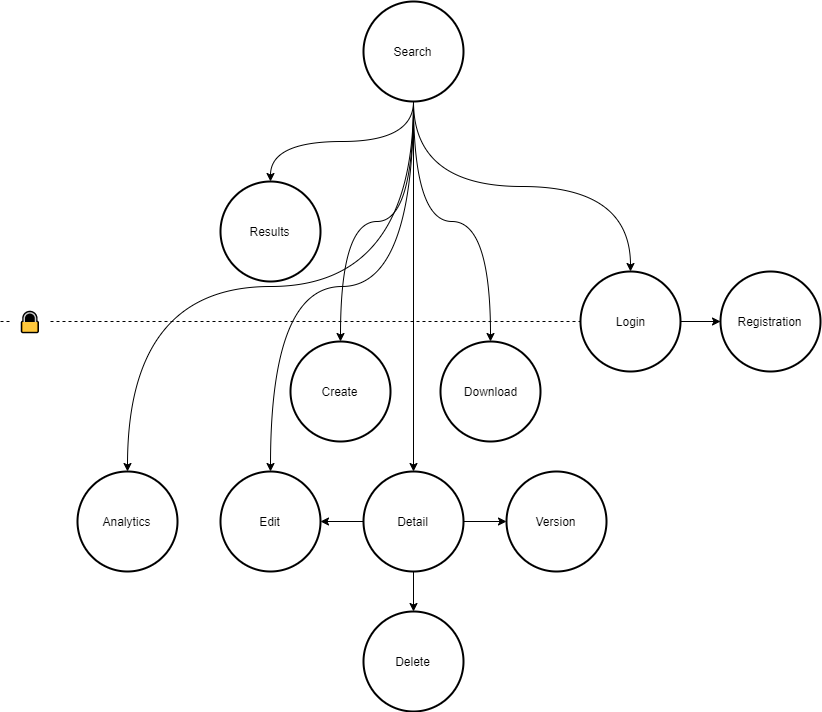
This is src/ui_flow.png from Skadisson/phoenix, a draw.io export, as it was before one commit. Source tidied: cells renumbered, new cells last; positions are measured from the earlier drawing's top-left corner, leaving out a move shared by most shapes.
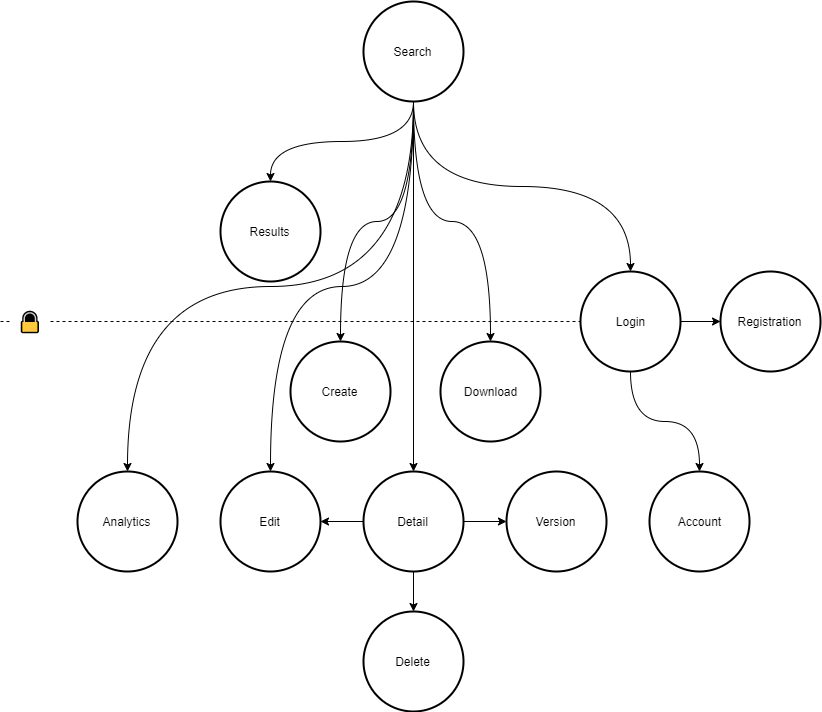
The same diagram one commit later.

What changed in the source:
```diff
@@ -36,6 +36,9 @@
     <mxCell id="11" style="edgeStyle=orthogonalEdgeStyle;rounded=0;jettySize=auto;html=1;entryX=0.5;entryY=0;entryDx=0;entryDy=0;entryPerimeter=0;curved=1;exitX=0.5;exitY=1;exitDx=0;exitDy=0;exitPerimeter=0;" parent="1" edge="1" source="10" target="27">
       <mxGeometry relative="1" as="geometry" />
     </mxCell>
+    <mxCell id="28" style="edgeStyle=orthogonalEdgeStyle;curved=1;rounded=0;jettySize=auto;html=1;entryX=0.5;entryY=0;entryDx=0;entryDy=0;entryPerimeter=0;" parent="1" edge="1" source="12" target="29">
+      <mxGeometry relative="1" as="geometry" />
+    </mxCell>
     <mxCell id="12" value="Login" style="strokeWidth=2;html=1;shape=mxgraph.flowchart.start_2;whiteSpace=wrap;" parent="1" vertex="1">
       <mxGeometry x="580" y="270" width="100" height="100" as="geometry" />
     </mxCell>
@@ -86,5 +89,8 @@
     <mxCell id="27" value="Analytics" style="strokeWidth=2;html=1;shape=mxgraph.flowchart.start_2;whiteSpace=wrap;" parent="1" vertex="1">
       <mxGeometry x="77" y="470" width="100" height="100" as="geometry" />
     </mxCell>
+    <mxCell id="29" value="Account" style="strokeWidth=2;html=1;shape=mxgraph.flowchart.start_2;whiteSpace=wrap;" parent="1" vertex="1">
+      <mxGeometry x="649" y="470" width="100" height="100" as="geometry" />
+    </mxCell>
   </root>
 </mxGraphModel>
```
